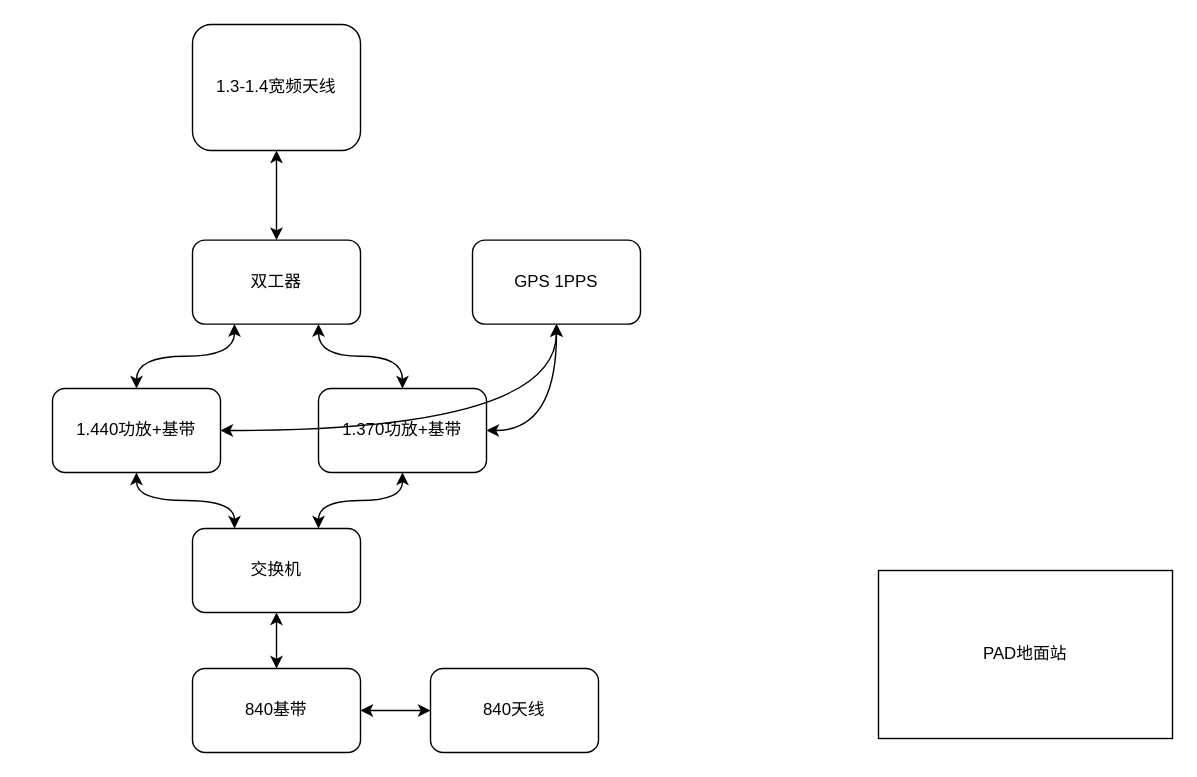
The draw.io diagram 双频跟踪天线.drawio in Momenttt/hellogithub, before the edit. Source tidied: cells renumbered, new cells numbered last; positions are measured from the earlier drawing's top-left corner, leaving out a move shared by most shapes. Both pictures are drawn from the tidied source at 140%, with x=0, y=0 at pixel (52, 24).
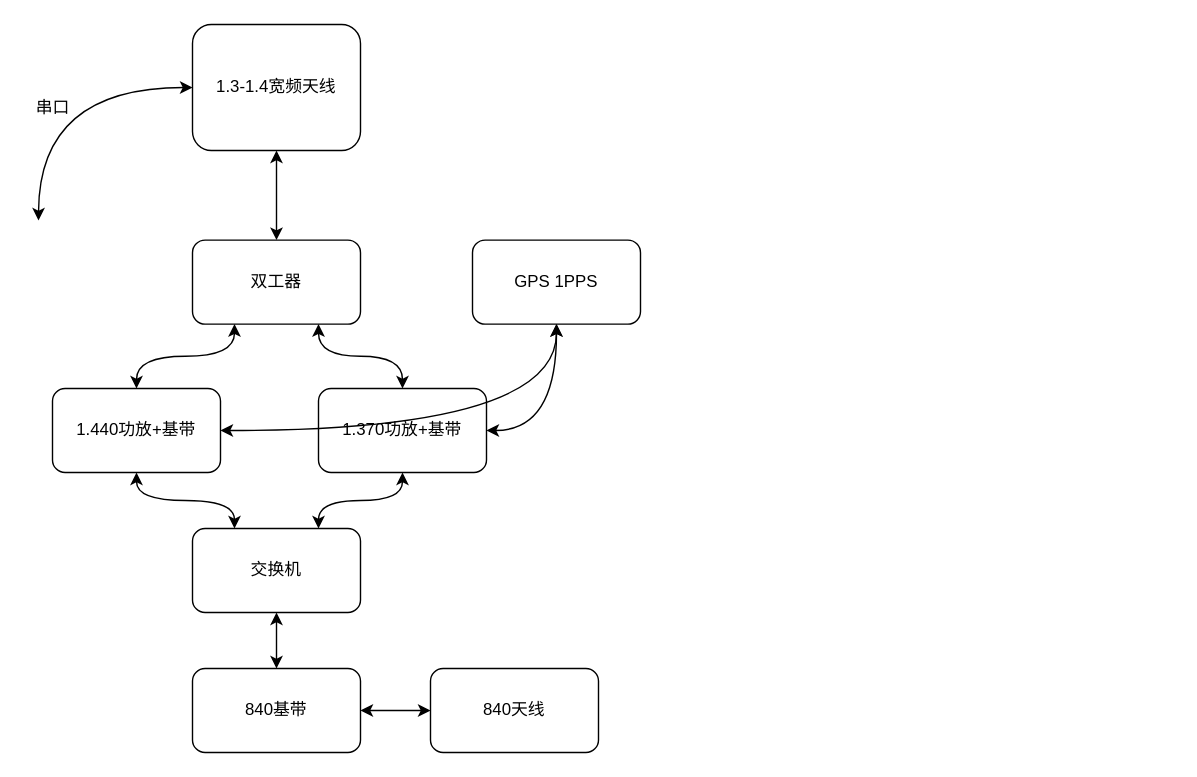
The same diagram, later.

Commit message (it also covers changes not shown here):
Update 双频跟踪天线.drawio

Unchanged cells that the change refers to:
```xml
<mxCell id="12" value="1.3-1.4宽频天线" style="rounded=1;whiteSpace=wrap;html=1;" parent="1" vertex="1">
  <mxGeometry x="100" width="120" height="90" as="geometry" />
</mxCell>
```

Change to the diagram source:
```diff
@@
+    <mxCell id="20" style="edgeStyle=orthogonalEdgeStyle;curved=1;jettySize=auto;html=1;exitX=0;exitY=0.5;exitDx=0;exitDy=0;startArrow=classic;startFill=1;" parent="1" edge="1" source="12">
+      <mxGeometry relative="1" as="geometry">
+        <mxPoint x="-10" y="140" as="targetPoint" />
+      </mxGeometry>
+    </mxCell>
@@
-    <mxCell id="19" value="PAD地面站" style="whiteSpace=wrap;html=1;" parent="1" vertex="1">
-      <mxGeometry x="590" y="390" width="210" height="120" as="geometry" />
-    </mxCell>
+    <mxCell id="21" value="串口" style="text;html=1;align=center;verticalAlign=middle;" parent="1" vertex="1">
+      <mxGeometry x="-20" y="50" width="40" height="20" as="geometry" />
+    </mxCell>
```
